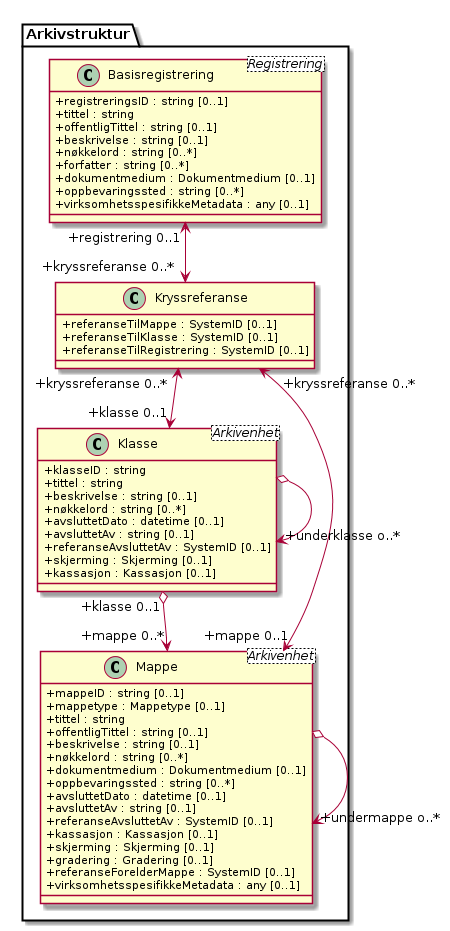
Above: kapitler/media/uml-arkivstruktur-kryssreferanse.png in arkivverket/noark5-tjenestegrensesnitt-standard (PlantUML), before the change. The source it was exported from:
```plantuml
@startuml
skinparam classAttributeIconSize 0
class Arkivstruktur.Basisregistrering <Registrering> {
  +registreringsID : string [0..1]
  +tittel : string
  +offentligTittel : string [0..1]
  +beskrivelse : string [0..1]
  +nøkkelord : string [0..*]
  +forfatter : string [0..*]
  +dokumentmedium : Dokumentmedium [0..1]
  +oppbevaringssted : string [0..*]
  +virksomhetsspesifikkeMetadata : any [0..1]
}
class Arkivstruktur.Klasse <Arkivenhet> {
  +klasseID : string
  +tittel : string
  +beskrivelse : string [0..1]
  +nøkkelord : string [0..*]
  +avsluttetDato : datetime [0..1]
  +avsluttetAv : string [0..1]
  +referanseAvsluttetAv : SystemID [0..1]
  +skjerming : Skjerming [0..1]
  +kassasjon : Kassasjon [0..1]
}
class Arkivstruktur.Mappe <Arkivenhet> {
  +mappeID : string [0..1]
  +mappetype : Mappetype [0..1]
  +tittel : string
  +offentligTittel : string [0..1]
  +beskrivelse : string [0..1]
  +nøkkelord : string [0..*]
  +dokumentmedium : Dokumentmedium [0..1]
  +oppbevaringssted : string [0..*]
  +avsluttetDato : datetime [0..1]
  +avsluttetAv : string [0..1]
  +referanseAvsluttetAv : SystemID [0..1]
  +kassasjon : Kassasjon [0..1]
  +skjerming : Skjerming [0..1]
  +gradering : Gradering [0..1]
  +referanseForelderMappe : SystemID [0..1]
  +virksomhetsspesifikkeMetadata : any [0..1]
}
class Arkivstruktur.Kryssreferanse {
  +referanseTilMappe : SystemID [0..1]
  +referanseTilKlasse : SystemID [0..1]
  +referanseTilRegistrering : SystemID [0..1]
}

Arkivstruktur.Basisregistrering "+registrering 0..1" <--> "+kryssreferanse 0..*" Arkivstruktur.Kryssreferanse
Arkivstruktur.Kryssreferanse "+kryssreferanse 0..*" <--> "+mappe 0..1" Arkivstruktur.Mappe
Arkivstruktur.Kryssreferanse "+kryssreferanse 0..*" <--> "+klasse 0..1" Arkivstruktur.Klasse
Arkivstruktur.Klasse o-> "+underklasse o..*" Arkivstruktur.Klasse
Arkivstruktur.Mappe o-> "+undermappe o..*" Arkivstruktur.Mappe
Arkivstruktur.Klasse "+klasse 0..1" o--> "+mappe 0..*" Arkivstruktur.Mappe
@enduml
```
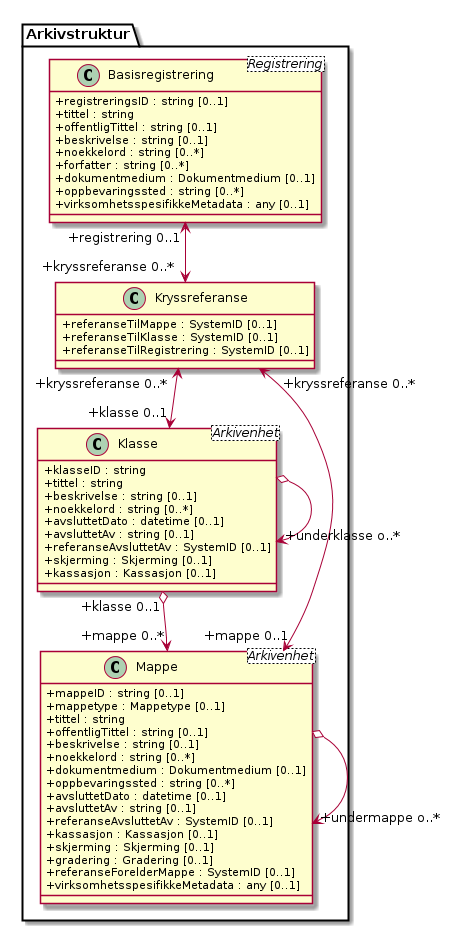
The same file after the commit.

Diff of the diagram source:
```diff
@@ -5,7 +5,7 @@
   +tittel : string
   +offentligTittel : string [0..1]
   +beskrivelse : string [0..1]
-  +nøkkelord : string [0..*]
+  +noekkelord : string [0..*]
   +forfatter : string [0..*]
   +dokumentmedium : Dokumentmedium [0..1]
   +oppbevaringssted : string [0..*]
@@ -15,7 +15,7 @@
   +klasseID : string
   +tittel : string
   +beskrivelse : string [0..1]
-  +nøkkelord : string [0..*]
+  +noekkelord : string [0..*]
   +avsluttetDato : datetime [0..1]
   +avsluttetAv : string [0..1]
   +referanseAvsluttetAv : SystemID [0..1]
@@ -28,7 +28,7 @@
   +tittel : string
   +offentligTittel : string [0..1]
   +beskrivelse : string [0..1]
-  +nøkkelord : string [0..*]
+  +noekkelord : string [0..*]
   +dokumentmedium : Dokumentmedium [0..1]
   +oppbevaringssted : string [0..*]
   +avsluttetDato : datetime [0..1]
```
